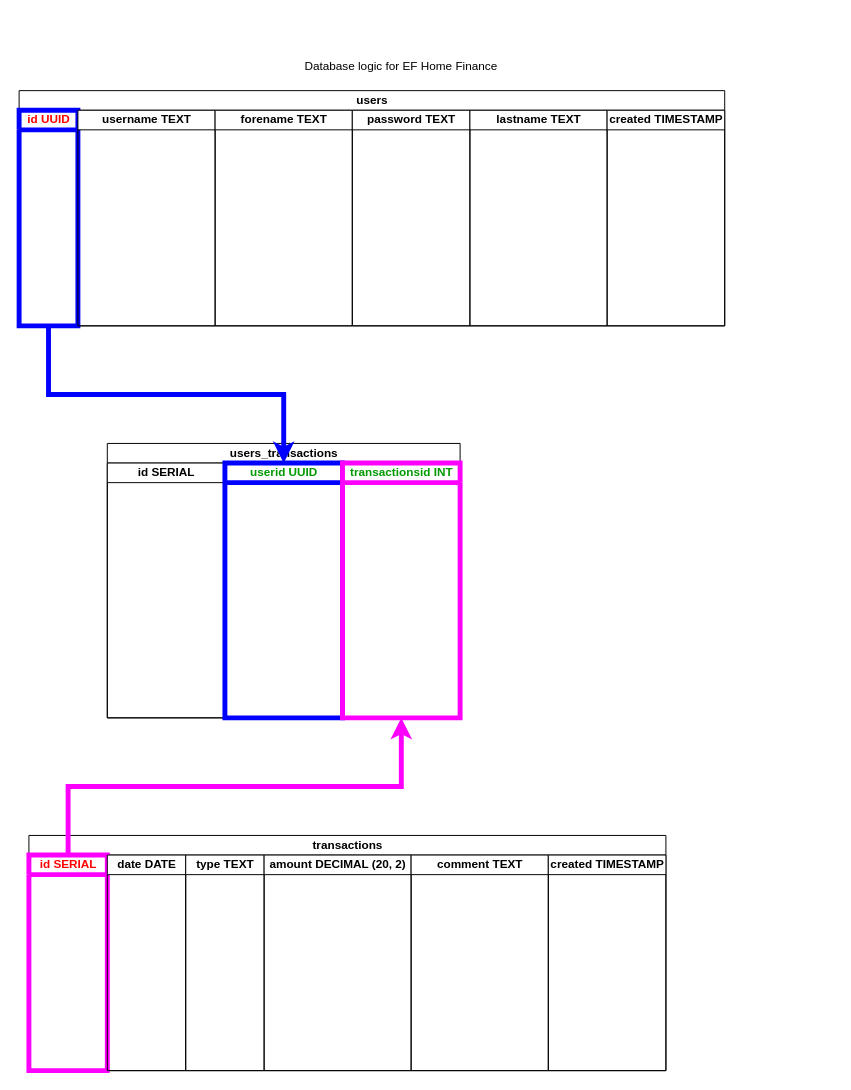
The draw.io diagram database logic.drawio in eckofox1981/EFHomeFinancialGui, before the edit. Source tidied: cells renumbered, new cells numbered last; positions are measured from the earlier drawing's top-left corner, leaving out a move shared by most shapes. Both pictures are drawn from the tidied source at 98%, with x=0, y=0 at pixel (19, 51).
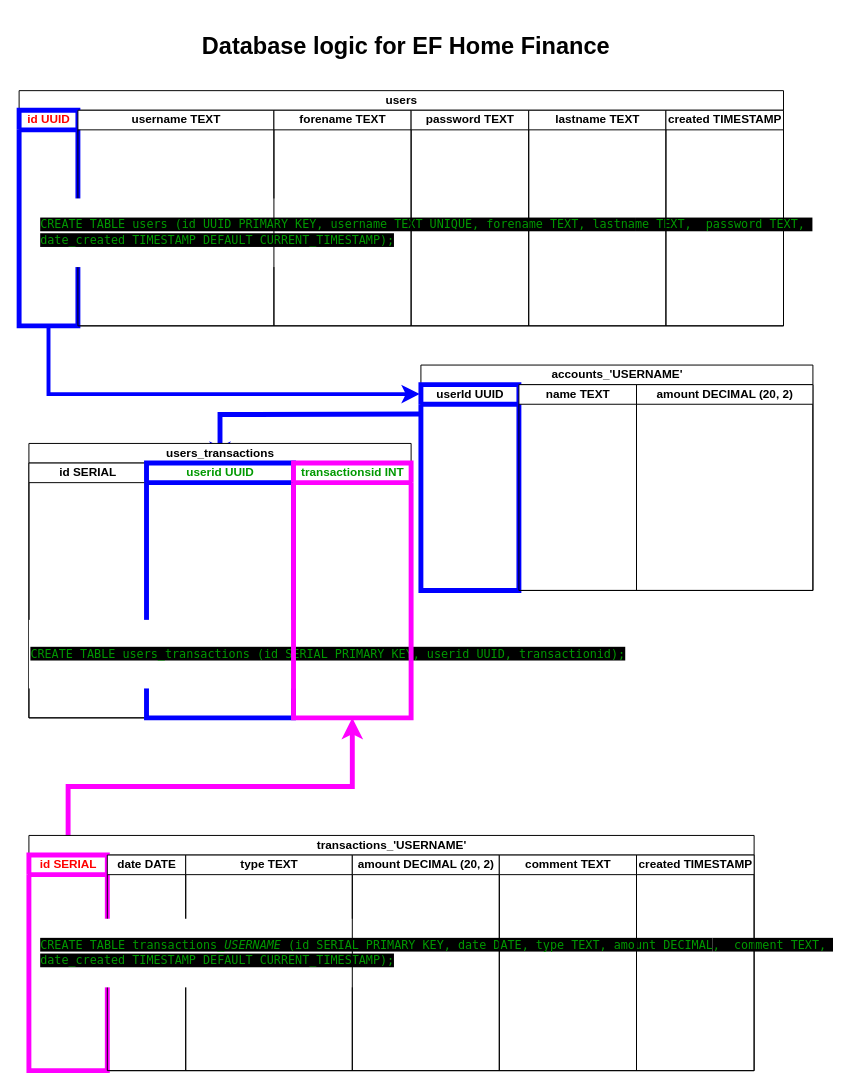
After the change.

The change refers to these unchanged cells:
```xml
<mxCell id="4" value="&lt;font color=&quot;#ff0000&quot;&gt;id UUID&lt;/font&gt;" style="swimlane;startSize=20;html=1;strokeColor=#0000FF;strokeWidth=5;" parent="3" vertex="1">
  <mxGeometry y="20" width="60" height="220" as="geometry" />
</mxCell>
<mxCell id="11" value="&lt;font color=&quot;#ff0000&quot;&gt;id SERIAL&lt;/font&gt;" style="swimlane;startSize=20;html=1;strokeWidth=5;strokeColor=#FF00FF;" parent="10" vertex="1">
  <mxGeometry y="20" width="80" height="220" as="geometry" />
</mxCell>
```

What changed in the source:
```diff
@@
-    <mxCell id="2" value="Database logic for EF Home Finance" style="text;html=1;align=center;verticalAlign=middle;whiteSpace=wrap;rounded=0;" parent="1" vertex="1">
-      <mxGeometry x="50" width="680" height="30" as="geometry" />
-    </mxCell>
+    <mxCell id="21" style="edgeStyle=orthogonalEdgeStyle;rounded=0;jettySize=auto;html=1;strokeColor=#0000FF;strokeWidth=5;entryX=0.5;entryY=0;entryDx=0;entryDy=0;" parent="1" edge="1" target="19">
+      <mxGeometry relative="1" as="geometry">
+        <mxPoint x="410" y="370" as="sourcePoint" />
+      </mxGeometry>
+    </mxCell>
+    <mxCell id="17" value="users_transactions" style="swimlane;startSize=20;html=1;" parent="1" vertex="1">
+      <mxGeometry x="10" y="400" width="390" height="280" as="geometry" />
+    </mxCell>
+    <mxCell id="18" value="id SERIAL" style="swimlane;startSize=20;html=1;" parent="17" vertex="1">
+      <mxGeometry y="20" width="120" height="260" as="geometry" />
+    </mxCell>
+    <mxCell id="19" value="&lt;font color=&quot;#009900&quot;&gt;userid UUID&lt;/font&gt;" style="swimlane;startSize=20;html=1;strokeColor=#0000FF;strokeWidth=5;" parent="17" vertex="1">
+      <mxGeometry x="120" y="20" width="150" height="260" as="geometry" />
+    </mxCell>
+    <mxCell id="23" value="&lt;pre&gt;&lt;font face=&quot;Lucida Console&quot;&gt;&lt;font style=&quot;background-color: rgb(0, 0, 0);&quot; color=&quot;#009900&quot;&gt;CREATE TABLE users_transactions (id SERIAL PRIMARY KEY, userid UUID, transactionid);&lt;/font&gt;&lt;/font&gt;&lt;/pre&gt;" style="text;html=1;align=left;verticalAlign=middle;rounded=0;fillColor=default;fontFamily=Lucida Console;whiteSpace=wrap;" parent="19" vertex="1">
+      <mxGeometry x="-120" y="160" width="470" height="70" as="geometry" />
+    </mxCell>
+    <mxCell id="20" value="&lt;font color=&quot;#009900&quot;&gt;transactionsid INT&lt;/font&gt;" style="swimlane;startSize=20;html=1;strokeWidth=5;strokeColor=#FF00FF;" parent="17" vertex="1">
+      <mxGeometry x="270" y="20" width="120" height="260" as="geometry" />
+    </mxCell>
+    <mxCell id="22" style="edgeStyle=orthogonalEdgeStyle;rounded=0;jettySize=auto;html=1;exitX=0.5;exitY=0;exitDx=0;exitDy=0;entryX=0.5;entryY=1;entryDx=0;entryDy=0;strokeWidth=5;strokeColor=#FF00FF;" parent="1" edge="1" source="11" target="20">
+      <mxGeometry relative="1" as="geometry" />
+    </mxCell>
     <mxCell id="3" value="users" style="swimlane;startSize=20;html=1;" parent="1" vertex="1">
-      <mxGeometry y="40" width="720" height="240" as="geometry" />
+      <mxGeometry y="40" width="780" height="240" as="geometry" />
     </mxCell>
@@
     <mxCell id="5" value="username TEXT" style="swimlane;startSize=20;html=1;" parent="3" vertex="1">
-      <mxGeometry x="60" y="20" width="140" height="220" as="geometry" />
+      <mxGeometry x="60" y="20" width="200" height="220" as="geometry" />
     </mxCell>
+    <mxCell id="24" value="&lt;pre&gt;&lt;font face=&quot;Lucida Console&quot;&gt;&lt;font style=&quot;background-color: rgb(0, 0, 0);&quot; color=&quot;#009900&quot;&gt;CREATE TABLE users (id UUID PRIMARY KEY, username TEXT UNIQUE, forename TEXT, lastna&lt;/font&gt;&lt;span style=&quot;background-color: rgb(0, 0, 0); color: rgb(0, 153, 0);&quot;&gt;me TEXT,&amp;nbsp; password TEXT,&amp;nbsp;&lt;br/&gt;date_created TIMESTAMP DEFAULT CURRENT_TIMESTAMP);&lt;/span&gt;&lt;/font&gt;&lt;/pre&gt;" style="text;html=1;align=left;verticalAlign=middle;rounded=0;fillColor=default;fontFamily=Lucida Console;whiteSpace=wrap;" parent="5" vertex="1">
+      <mxGeometry x="-40" y="90" width="750" height="70" as="geometry" />
+    </mxCell>
     <mxCell id="6" value="forename TEXT" style="swimlane;startSize=20;html=1;" parent="3" vertex="1">
-      <mxGeometry x="200" y="20" width="140" height="220" as="geometry" />
+      <mxGeometry x="260" y="20" width="140" height="220" as="geometry" />
     </mxCell>
     <mxCell id="7" value="password TEXT" style="swimlane;startSize=20;html=1;" parent="3" vertex="1">
-      <mxGeometry x="340" y="20" width="120" height="220" as="geometry" />
+      <mxGeometry x="400" y="20" width="120" height="220" as="geometry" />
     </mxCell>
     <mxCell id="8" value="lastname TEXT" style="swimlane;startSize=20;html=1;" parent="3" vertex="1">
-      <mxGeometry x="460" y="20" width="140" height="220" as="geometry" />
+      <mxGeometry x="520" y="20" width="140" height="220" as="geometry" />
     </mxCell>
     <mxCell id="9" value="created TIMESTAMP" style="swimlane;startSize=20;html=1;" parent="3" vertex="1">
-      <mxGeometry x="600" y="20" width="120" height="220" as="geometry" />
+      <mxGeometry x="660" y="20" width="120" height="220" as="geometry" />
     </mxCell>
+    <mxCell id="2" value="&lt;h1&gt;Database logic for EF Home Finance&lt;/h1&gt;" style="text;html=1;align=center;verticalAlign=middle;whiteSpace=wrap;rounded=0;" parent="1" vertex="1">
+      <mxGeometry x="55" y="-20" width="680" height="30" as="geometry" />
+    </mxCell>
-    <mxCell id="10" value="transactions" style="swimlane;startSize=20;html=1;" parent="1" vertex="1">
-      <mxGeometry x="10" y="800" width="650" height="240" as="geometry" />
+    <mxCell id="10" value="transactions_'USERNAME'" style="swimlane;startSize=20;html=1;" parent="1" vertex="1">
+      <mxGeometry x="10" y="800" width="740" height="240" as="geometry" />
     </mxCell>
@@
     <mxCell id="13" value="type TEXT" style="swimlane;startSize=20;html=1;" parent="10" vertex="1">
-      <mxGeometry x="160" y="20" width="80" height="220" as="geometry" />
+      <mxGeometry x="160" y="20" width="170" height="220" as="geometry" />
     </mxCell>
+    <mxCell id="25" value="&lt;pre&gt;&lt;font face=&quot;Lucida Console&quot;&gt;&lt;font style=&quot;background-color: rgb(0, 0, 0);&quot; color=&quot;#009900&quot;&gt;CREATE TABLE transactions_&lt;i&gt;USERNAME&lt;/i&gt; (id SERIAL PRIMARY KEY, date DATE, type TEXT, amount DECIMAL&lt;/font&gt;&lt;span style=&quot;background-color: rgb(0, 0, 0); color: rgb(0, 153, 0);&quot;&gt;,&amp;nbsp; comment TEXT,&amp;nbsp;&lt;br&gt;date_created TIMESTAMP DEFAULT CURRENT_TIMESTAMP);&lt;/span&gt;&lt;/font&gt;&lt;/pre&gt;" style="text;html=1;align=left;verticalAlign=middle;rounded=0;fillColor=default;fontFamily=Lucida Console;whiteSpace=wrap;" parent="13" vertex="1">
+      <mxGeometry x="-150" y="65" width="680" height="70" as="geometry" />
+    </mxCell>
     <mxCell id="14" value="amount DECIMAL (20, 2)" style="swimlane;startSize=20;html=1;" parent="10" vertex="1">
-      <mxGeometry x="240" y="20" width="150" height="220" as="geometry" />
+      <mxGeometry x="330" y="20" width="150" height="220" as="geometry" />
     </mxCell>
     <mxCell id="15" value="comment TEXT" style="swimlane;startSize=20;html=1;" parent="10" vertex="1">
-      <mxGeometry x="390" y="20" width="140" height="220" as="geometry" />
+      <mxGeometry x="480" y="20" width="140" height="220" as="geometry" />
     </mxCell>
     <mxCell id="16" value="created TIMESTAMP" style="swimlane;startSize=20;html=1;" parent="10" vertex="1">
-      <mxGeometry x="530" y="20" width="120" height="220" as="geometry" />
+      <mxGeometry x="620" y="20" width="120" height="220" as="geometry" />
     </mxCell>
-    <mxCell id="17" value="users_transactions" style="swimlane;startSize=20;html=1;" parent="1" vertex="1">
-      <mxGeometry x="90" y="400" width="360" height="280" as="geometry" />
-    </mxCell>
-    <mxCell id="18" value="id SERIAL" style="swimlane;startSize=20;html=1;" parent="17" vertex="1">
-      <mxGeometry y="20" width="120" height="260" as="geometry" />
-    </mxCell>
-    <mxCell id="19" value="&lt;font color=&quot;#009900&quot;&gt;userid UUID&lt;/font&gt;" style="swimlane;startSize=20;html=1;strokeColor=#0000FF;strokeWidth=5;" parent="17" vertex="1">
-      <mxGeometry x="120" y="20" width="120" height="260" as="geometry" />
-    </mxCell>
-    <mxCell id="20" value="&lt;font color=&quot;#009900&quot;&gt;transactionsid INT&lt;/font&gt;" style="swimlane;startSize=20;html=1;strokeWidth=5;strokeColor=#FF00FF;" parent="17" vertex="1">
-      <mxGeometry x="240" y="20" width="120" height="260" as="geometry" />
-    </mxCell>
-    <mxCell id="21" style="edgeStyle=orthogonalEdgeStyle;rounded=0;jettySize=auto;html=1;exitX=0.5;exitY=1;exitDx=0;exitDy=0;strokeColor=#0000FF;strokeWidth=5;" parent="1" edge="1" source="4" target="19">
-      <mxGeometry relative="1" as="geometry" />
-    </mxCell>
-    <mxCell id="22" style="edgeStyle=orthogonalEdgeStyle;rounded=0;jettySize=auto;html=1;exitX=0.5;exitY=0;exitDx=0;exitDy=0;entryX=0.5;entryY=1;entryDx=0;entryDy=0;strokeWidth=5;strokeColor=#FF00FF;" parent="1" edge="1" source="11" target="20">
-      <mxGeometry relative="1" as="geometry" />
-    </mxCell>
+    <mxCell id="26" value="accounts_'USERNAME'" style="swimlane;startSize=20;html=1;" parent="1" vertex="1">
+      <mxGeometry x="410" y="320" width="400" height="230" as="geometry" />
+    </mxCell>
+    <mxCell id="27" value="userId UUID" style="swimlane;startSize=20;html=1;strokeColor=#0000FF;strokeWidth=5;" parent="26" vertex="1">
+      <mxGeometry y="20" width="100" height="210" as="geometry" />
+    </mxCell>
+    <mxCell id="28" value="name TEXT" style="swimlane;startSize=20;html=1;" parent="26" vertex="1">
+      <mxGeometry x="100" y="20" width="120" height="210" as="geometry" />
+    </mxCell>
+    <mxCell id="29" value="amount DECIMAL (20, 2)" style="swimlane;startSize=20;html=1;" parent="26" vertex="1">
+      <mxGeometry x="220" y="20" width="180" height="210" as="geometry" />
+    </mxCell>
+    <mxCell id="30" style="edgeStyle=orthogonalEdgeStyle;rounded=0;jettySize=auto;html=1;exitX=0.75;exitY=1;exitDx=0;exitDy=0;entryX=-0.012;entryY=0.046;entryDx=0;entryDy=0;entryPerimeter=0;strokeColor=#0000FF;strokeWidth=4;" parent="1" edge="1" source="4" target="27">
+      <mxGeometry relative="1" as="geometry">
+        <Array as="points">
+          <mxPoint x="30" y="280" />
+          <mxPoint x="30" y="350" />
+        </Array>
+      </mxGeometry>
+    </mxCell>
```
